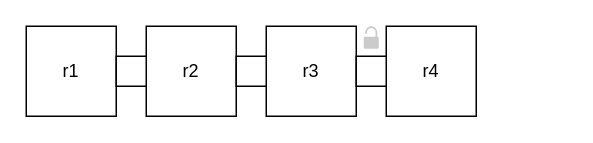
Entze/APIA keeps this draw.io diagram as Figures/AIA_Architecture/Example_1.drawio. Above is the earlier version. Source tidied: cells renumbered, new cells numbered last; positions are measured from the earlier drawing's top-left corner, leaving out a move shared by most shapes. Both pictures are drawn from the tidied source at 150%, with x=0, y=0 at pixel (26, 26).
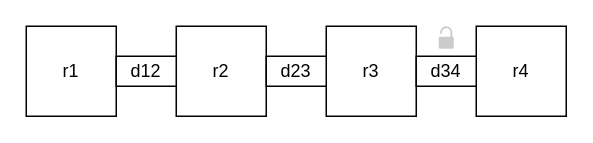
The same diagram, later.

Commit message:
Update AIA Example 1 to have door names

Diff of the diagram source:
```diff
@@
 <mxGraphModel>
   <root>
     <mxCell id="0" />
     <mxCell id="1" parent="0" />
     <mxCell id="2" value="r1" style="rounded=0;whiteSpace=wrap;html=1;" parent="1" vertex="1">
       <mxGeometry width="60" height="60" as="geometry" />
     </mxCell>
     <mxCell id="3" value="r4" style="rounded=0;whiteSpace=wrap;html=1;" parent="1" vertex="1">
-      <mxGeometry x="240" width="60" height="60" as="geometry" />
+      <mxGeometry x="300" width="60" height="60" as="geometry" />
     </mxCell>
     <mxCell id="4" value="r3" style="rounded=0;whiteSpace=wrap;html=1;" parent="1" vertex="1">
-      <mxGeometry x="160" width="60" height="60" as="geometry" />
+      <mxGeometry x="200" width="60" height="60" as="geometry" />
     </mxCell>
     <mxCell id="5" value="r2" style="rounded=0;whiteSpace=wrap;html=1;" parent="1" vertex="1">
-      <mxGeometry x="80" width="60" height="60" as="geometry" />
+      <mxGeometry x="100" width="60" height="60" as="geometry" />
     </mxCell>
-    <mxCell id="6" style="rounded=0;whiteSpace=wrap;html=1;" parent="1" vertex="1">
-      <mxGeometry x="60" y="20" width="20" height="20" as="geometry" />
+    <mxCell id="6" value="&lt;div&gt;d12&lt;/div&gt;" style="rounded=0;whiteSpace=wrap;html=1;labelPosition=center;verticalLabelPosition=middle;align=center;verticalAlign=middle;" parent="1" vertex="1">
+      <mxGeometry x="60" y="20" width="40" height="20" as="geometry" />
     </mxCell>
-    <mxCell id="7" style="rounded=0;whiteSpace=wrap;html=1;" parent="1" vertex="1">
-      <mxGeometry x="140" y="20" width="20" height="20" as="geometry" />
+    <mxCell id="7" value="d23" style="rounded=0;whiteSpace=wrap;html=1;labelPosition=center;verticalLabelPosition=middle;align=center;verticalAlign=middle;" parent="1" vertex="1">
+      <mxGeometry x="160" y="20" width="40" height="20" as="geometry" />
     </mxCell>
-    <mxCell id="8" style="rounded=0;whiteSpace=wrap;html=1;" parent="1" vertex="1">
-      <mxGeometry x="220" y="20" width="20" height="20" as="geometry" />
+    <mxCell id="8" value="d34" style="rounded=0;whiteSpace=wrap;html=1;labelPosition=center;verticalLabelPosition=middle;align=center;verticalAlign=middle;" parent="1" vertex="1">
+      <mxGeometry x="260" y="20" width="40" height="20" as="geometry" />
     </mxCell>
     <mxCell id="9" style="shadow=0;dashed=0;html=1;strokeColor=none;labelPosition=center;verticalLabelPosition=bottom;verticalAlign=top;align=center;shape=mxgraph.office.security.lock_unprotected;fillColor=#CCCBCB;" parent="1" vertex="1">
-      <mxGeometry x="225" width="10" height="15" as="geometry" />
+      <mxGeometry x="275" width="10" height="15" as="geometry" />
     </mxCell>
   </root>
 </mxGraphModel>
```
